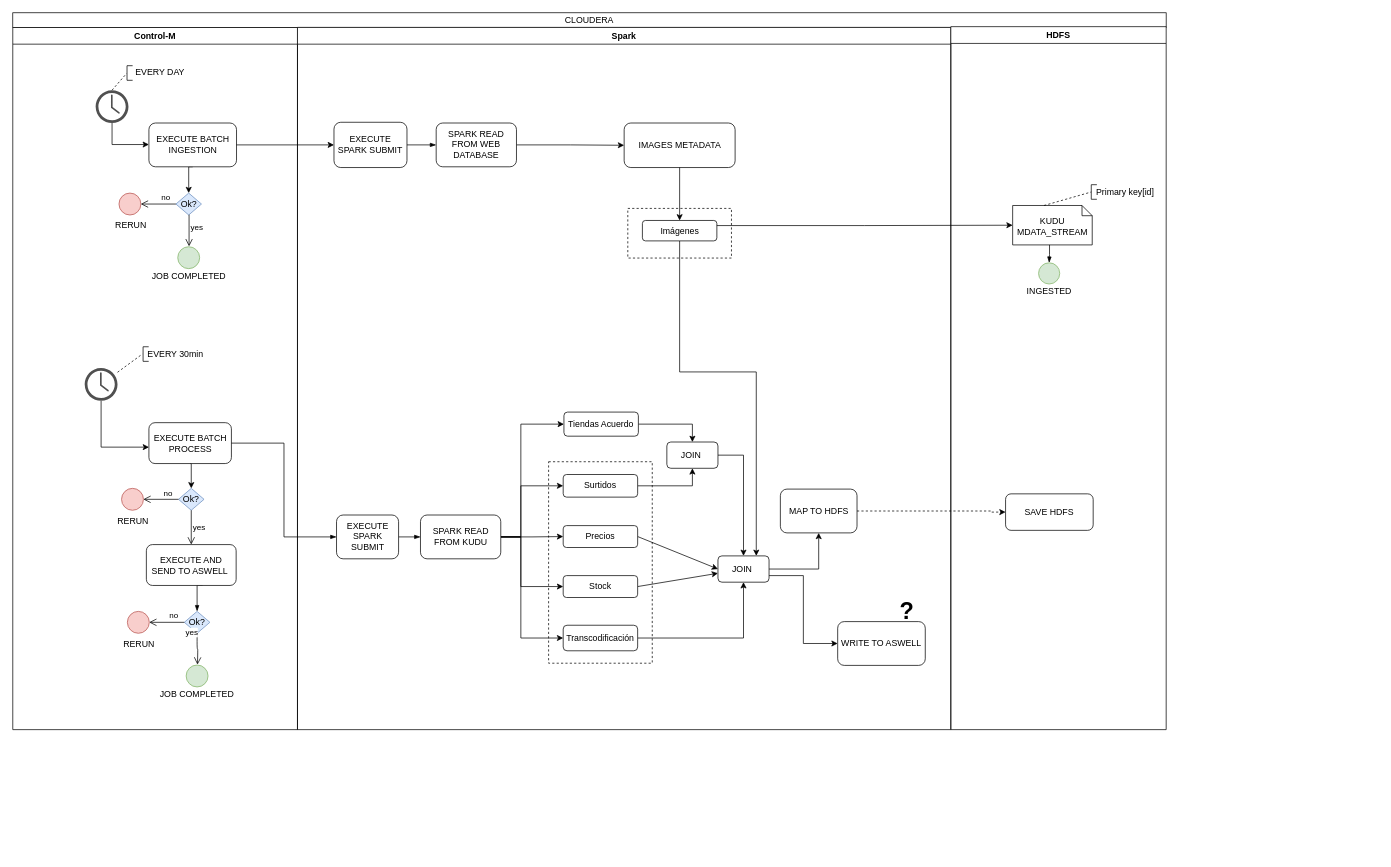
Earlier version of the draw.io diagram Cap Diagram.drawio (StefanoMazzukaCapgemini/Cap_Diagram). Source tidied: cells renumbered, new cells numbered last; positions are measured from the earlier drawing's top-left corner, leaving out a move shared by most shapes. Both pictures are drawn from the tidied source at 73%, with x=0, y=0 at pixel (12, 12).
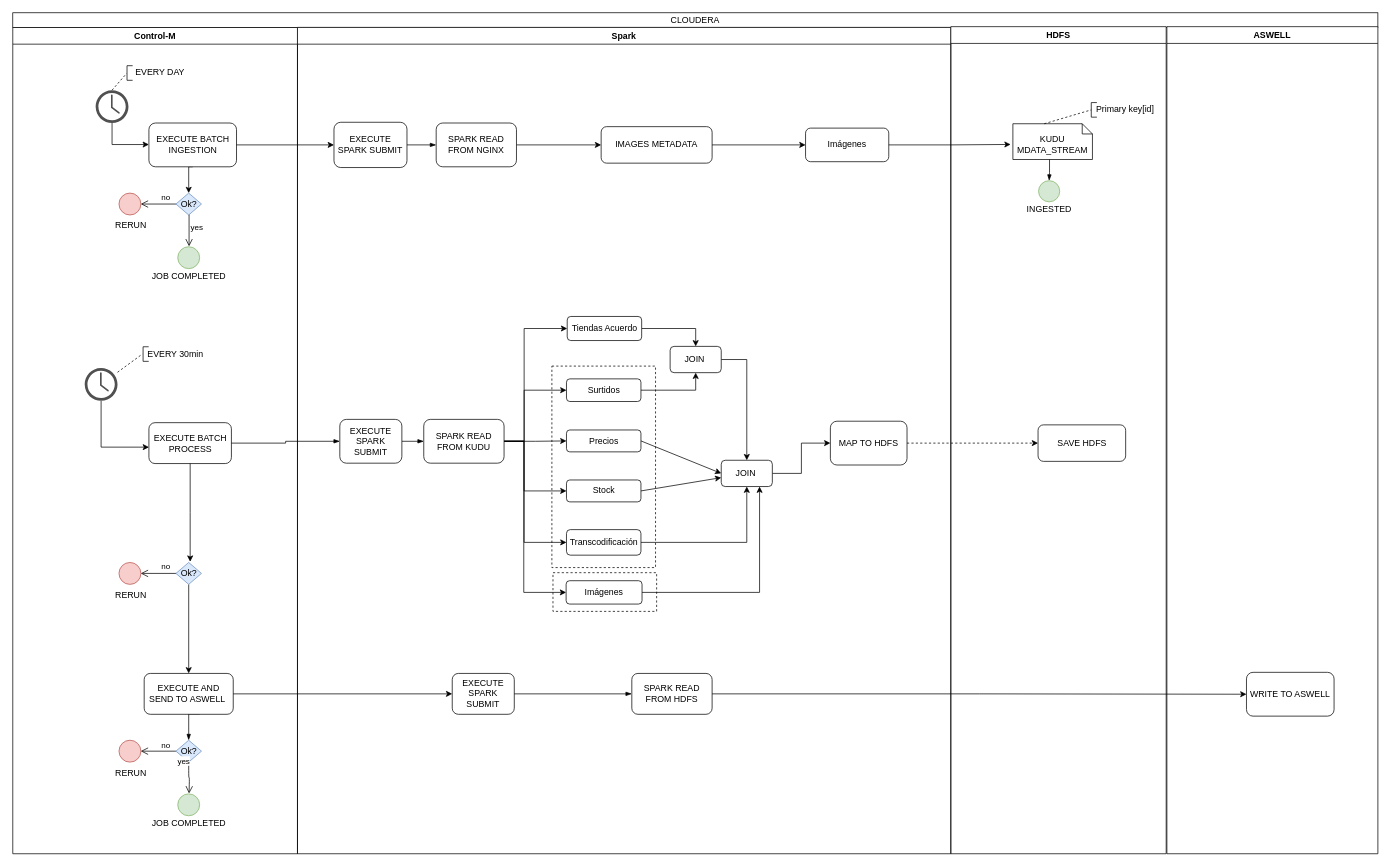
Above is the later version.

Commit message:
Maybe final Diagram Update 12:30 09.10

The change refers to these unchanged cells:
```xml
<mxCell id="10" value="EXECUTE BATCH PROCESS" style="rounded=1;whiteSpace=wrap;html=1;" parent="2" vertex="1">
  <mxGeometry x="186.5" y="541.5" width="113" height="56" as="geometry" />
</mxCell>
```

Change to the diagram source:
```diff
@@
     <mxCell id="2" value="Control-M" style="swimlane;whiteSpace=wrap;startSize=23;" parent="1" vertex="1">
-      <mxGeometry y="20" width="390" height="962" as="geometry" />
+      <mxGeometry y="20" width="390" height="1132" as="geometry" />
     </mxCell>
@@
     <mxCell id="8" style="edgeStyle=orthogonalEdgeStyle;rounded=0;jettySize=auto;html=1;exitX=0.5;exitY=1;exitDx=0;exitDy=0;entryX=0.5;entryY=0;entryDx=0;entryDy=0;endArrow=blockThin;endFill=1;" parent="2" edge="1" target="13">
       <mxGeometry relative="1" as="geometry">
-        <mxPoint x="260" y="764" as="sourcePoint" />
+        <mxPoint x="256" y="940.5" as="sourcePoint" />
       </mxGeometry>
     </mxCell>
-    <mxCell id="9" style="edgeStyle=orthogonalEdgeStyle;rounded=0;jettySize=auto;html=1;exitX=0.5;exitY=1;exitDx=0;exitDy=0;entryX=0.5;entryY=0;entryDx=0;entryDy=0;" parent="2" edge="1" source="10" target="19">
-      <mxGeometry relative="1" as="geometry" />
-    </mxCell>
@@
     <mxCell id="11" style="ellipse;whiteSpace=wrap;html=1;fillColor=#f8cecc;strokeColor=#b85450;" parent="2" vertex="1">
-      <mxGeometry x="157" y="800" width="30" height="30" as="geometry" />
+      <mxGeometry x="145.5" y="976.5" width="30" height="30" as="geometry" />
     </mxCell>
     <mxCell id="12" value="RERUN" style="text;html=1;strokeColor=none;fillColor=none;align=center;verticalAlign=middle;whiteSpace=wrap;rounded=0;" parent="2" vertex="1">
-      <mxGeometry x="153" y="835" width="40" height="20" as="geometry" />
+      <mxGeometry x="141.5" y="1011.5" width="40" height="20" as="geometry" />
     </mxCell>
     <mxCell id="13" value="Ok?" style="rhombus;whiteSpace=wrap;html=1;fillColor=#dae8fc;strokeColor=#6c8ebf;" parent="2" vertex="1">
-      <mxGeometry x="235" y="800" width="35" height="30" as="geometry" />
+      <mxGeometry x="223.5" y="976.5" width="35" height="30" as="geometry" />
     </mxCell>
     <mxCell id="14" value="no" style="edgeStyle=orthogonalEdgeStyle;html=1;align=left;verticalAlign=bottom;endArrow=open;endSize=8;entryX=1;entryY=0.5;entryDx=0;entryDy=0;" parent="2" edge="1">
       <mxGeometry x="-0.09" relative="1" as="geometry">
-        <mxPoint x="235" y="815" as="sourcePoint" />
-        <mxPoint x="186.8" y="815" as="targetPoint" />
+        <mxPoint x="223.5" y="991.5" as="sourcePoint" />
+        <mxPoint x="175.3" y="991.5" as="targetPoint" />
       </mxGeometry>
     </mxCell>
     <mxCell id="15" value="yes" style="edgeStyle=orthogonalEdgeStyle;html=1;align=left;verticalAlign=top;endArrow=open;endSize=8;entryX=0.5;entryY=0;entryDx=0;entryDy=0;" parent="2" edge="1" source="13">
       <mxGeometry x="0.01" y="18" relative="1" as="geometry">
-        <mxPoint x="253" y="873" as="targetPoint" />
+        <mxPoint x="241.5" y="1049.5" as="targetPoint" />
         <mxPoint x="-18" y="-18" as="offset" />
       </mxGeometry>
     </mxCell>
     <mxCell id="16" value="EXECUTE AND SEND TO ASWELL&amp;nbsp;" style="rounded=1;whiteSpace=wrap;html=1;" parent="2" vertex="1">
-      <mxGeometry x="183" y="708.5" width="123" height="56" as="geometry" />
+      <mxGeometry x="180" y="885" width="122" height="56" as="geometry" />
     </mxCell>
     <mxCell id="17" style="ellipse;whiteSpace=wrap;html=1;fillColor=#f8cecc;strokeColor=#b85450;" parent="2" vertex="1">
-      <mxGeometry x="149" y="631.5" width="30" height="30" as="geometry" />
+      <mxGeometry x="145.5" y="733" width="30" height="30" as="geometry" />
     </mxCell>
     <mxCell id="18" value="RERUN" style="text;html=1;strokeColor=none;fillColor=none;align=center;verticalAlign=middle;whiteSpace=wrap;rounded=0;" parent="2" vertex="1">
-      <mxGeometry x="145" y="666.5" width="40" height="20" as="geometry" />
+      <mxGeometry x="141.5" y="768" width="40" height="20" as="geometry" />
     </mxCell>
+    <mxCell id="21" style="edgeStyle=orthogonalEdgeStyle;rounded=0;jettySize=auto;html=1;endArrow=classic;endFill=1;" parent="2" edge="1" source="19" target="16">
+      <mxGeometry relative="1" as="geometry" />
+    </mxCell>
     <mxCell id="19" value="Ok?" style="rhombus;whiteSpace=wrap;html=1;fillColor=#dae8fc;strokeColor=#6c8ebf;" parent="2" vertex="1">
-      <mxGeometry x="227" y="631.5" width="35" height="30" as="geometry" />
+      <mxGeometry x="223.5" y="733" width="35" height="30" as="geometry" />
     </mxCell>
     <mxCell id="20" value="no" style="edgeStyle=orthogonalEdgeStyle;html=1;align=left;verticalAlign=bottom;endArrow=open;endSize=8;entryX=1;entryY=0.5;entryDx=0;entryDy=0;" parent="2" edge="1">
       <mxGeometry x="-0.09" relative="1" as="geometry">
-        <mxPoint x="227" y="646.5" as="sourcePoint" />
-        <mxPoint x="178.8" y="646.5" as="targetPoint" />
+        <mxPoint x="223.5" y="748" as="sourcePoint" />
+        <mxPoint x="175.3" y="748" as="targetPoint" />
       </mxGeometry>
     </mxCell>
-    <mxCell id="21" value="yes" style="edgeStyle=orthogonalEdgeStyle;html=1;align=left;verticalAlign=top;endArrow=open;endSize=8;entryX=0.5;entryY=0;entryDx=0;entryDy=0;" parent="2" edge="1" source="19" target="16">
-      <mxGeometry y="-14" relative="1" as="geometry">
-        <mxPoint x="14" y="-14" as="offset" />
-      </mxGeometry>
-    </mxCell>
     <mxCell id="22" style="ellipse;whiteSpace=wrap;html=1;fillColor=#d5e8d4;strokeColor=#82b366;" parent="2" vertex="1">
-      <mxGeometry x="237.5" y="873.5" width="30" height="30" as="geometry" />
+      <mxGeometry x="226" y="1050" width="30" height="30" as="geometry" />
     </mxCell>
     <mxCell id="23" value="JOB COMPLETED" style="text;html=1;strokeColor=none;fillColor=none;align=center;verticalAlign=middle;whiteSpace=wrap;rounded=0;" parent="2" vertex="1">
-      <mxGeometry x="199" y="903.5" width="107" height="20" as="geometry" />
+      <mxGeometry x="187.5" y="1080" width="107" height="20" as="geometry" />
     </mxCell>
@@
     <mxCell id="34" value="CLOUDERA" style="rounded=0;whiteSpace=wrap;html=1;" parent="1" vertex="1">
-      <mxGeometry width="1580" height="20" as="geometry" />
+      <mxGeometry width="1870" height="20" as="geometry" />
     </mxCell>
     <mxCell id="35" value="Spark" style="swimlane;whiteSpace=wrap;startSize=23;" parent="1" vertex="1">
-      <mxGeometry x="390" y="20" width="895" height="962" as="geometry" />
+      <mxGeometry x="390" y="20" width="895" height="1132" as="geometry" />
     </mxCell>
-    <mxCell id="36" style="rounded=0;whiteSpace=wrap;html=1;dashed=1;" parent="35" vertex="1">
-      <mxGeometry x="452.5" y="248" width="142" height="68" as="geometry" />
-    </mxCell>
+    <mxCell id="90" style="rounded=0;whiteSpace=wrap;html=1;dashed=1;" parent="35" vertex="1">
+      <mxGeometry x="350" y="747" width="142" height="53" as="geometry" />
+    </mxCell>
     <mxCell id="37" style="rounded=0;whiteSpace=wrap;html=1;dashed=1;" parent="35" vertex="1">
-      <mxGeometry x="344" y="595" width="142" height="276" as="geometry" />
+      <mxGeometry x="348.5" y="464" width="142" height="276" as="geometry" />
     </mxCell>
@@
     <mxCell id="39" value="EXECUTE SPARK SUBMIT" style="rounded=1;whiteSpace=wrap;html=1;" parent="35" vertex="1">
-      <mxGeometry x="53.5" y="668" width="85" height="60" as="geometry" />
+      <mxGeometry x="58" y="537" width="85" height="60" as="geometry" />
     </mxCell>
     <mxCell id="40" style="edgeStyle=orthogonalEdgeStyle;rounded=0;jettySize=auto;html=1;exitX=1;exitY=0.5;exitDx=0;exitDy=0;entryX=0;entryY=0.5;entryDx=0;entryDy=0;" parent="35" edge="1" source="45" target="54">
       <mxGeometry relative="1" as="geometry">
         <Array as="points">
-          <mxPoint x="306" y="698" />
-          <mxPoint x="306" y="837" />
+          <mxPoint x="310.5" y="567" />
+          <mxPoint x="310.5" y="706" />
         </Array>
       </mxGeometry>
     </mxCell>
     <mxCell id="41" style="edgeStyle=orthogonalEdgeStyle;rounded=0;jettySize=auto;html=1;exitX=1;exitY=0.5;exitDx=0;exitDy=0;entryX=0;entryY=0.5;entryDx=0;entryDy=0;" parent="35" edge="1" source="45" target="47">
       <mxGeometry relative="1" as="geometry">
         <Array as="points">
-          <mxPoint x="306" y="698" />
-          <mxPoint x="306" y="766" />
+          <mxPoint x="310.5" y="567" />
+          <mxPoint x="310.5" y="635" />
         </Array>
       </mxGeometry>
     </mxCell>
     <mxCell id="42" style="edgeStyle=orthogonalEdgeStyle;rounded=0;jettySize=auto;html=1;exitX=1;exitY=0.5;exitDx=0;exitDy=0;entryX=0;entryY=0.5;entryDx=0;entryDy=0;" parent="35" edge="1" source="45" target="52">
       <mxGeometry relative="1" as="geometry">
         <Array as="points">
-          <mxPoint x="306" y="698" />
-          <mxPoint x="306" y="628" />
+          <mxPoint x="310.5" y="567" />
+          <mxPoint x="310.5" y="497" />
         </Array>
       </mxGeometry>
     </mxCell>
     <mxCell id="43" style="edgeStyle=orthogonalEdgeStyle;rounded=0;jettySize=auto;html=1;exitX=1;exitY=0.5;exitDx=0;exitDy=0;entryX=0;entryY=0.5;entryDx=0;entryDy=0;" parent="35" edge="1" source="45" target="56">
       <mxGeometry relative="1" as="geometry">
         <Array as="points">
-          <mxPoint x="306" y="698" />
-          <mxPoint x="306" y="544" />
+          <mxPoint x="310.5" y="567" />
+          <mxPoint x="310.5" y="413" />
         </Array>
       </mxGeometry>
     </mxCell>
@@
+    <mxCell id="91" style="edgeStyle=orthogonalEdgeStyle;rounded=0;jettySize=auto;html=1;exitX=1;exitY=0.5;exitDx=0;exitDy=0;entryX=0;entryY=0.5;entryDx=0;entryDy=0;endArrow=classic;endFill=1;" parent="35" edge="1" source="45" target="93">
+      <mxGeometry relative="1" as="geometry">
+        <Array as="points">
+          <mxPoint x="310" y="567" />
+          <mxPoint x="310" y="774" />
+        </Array>
+      </mxGeometry>
+    </mxCell>
     <mxCell id="45" value="SPARK READ FROM KUDU" style="rounded=1;whiteSpace=wrap;html=1;" parent="35" vertex="1">
-      <mxGeometry x="168.5" y="668" width="110" height="60" as="geometry" />
+      <mxGeometry x="173" y="537" width="110" height="60" as="geometry" />
     </mxCell>
@@
     <mxCell id="47" value="Stock" style="rounded=1;whiteSpace=wrap;html=1;" parent="35" vertex="1">
-      <mxGeometry x="364" y="751" width="102" height="30" as="geometry" />
+      <mxGeometry x="368.5" y="620" width="102" height="30" as="geometry" />
     </mxCell>
     <mxCell id="48" style="edgeStyle=orthogonalEdgeStyle;rounded=0;orthogonalLoop=1;jettySize=auto;html=1;exitX=1;exitY=0.5;exitDx=0;exitDy=0;entryX=0;entryY=0.5;entryDx=0;entryDy=0;endArrow=blockThin;endFill=1;strokeColor=none;" parent="35" edge="1">
       <mxGeometry relative="1" as="geometry">
-        <mxPoint x="637" y="715" as="sourcePoint" />
-        <mxPoint x="662.9" y="715" as="targetPoint" />
+        <mxPoint x="641.5" y="584" as="sourcePoint" />
+        <mxPoint x="667.4" y="584" as="targetPoint" />
       </mxGeometry>
     </mxCell>
@@
     <mxCell id="50" value="Precios" style="rounded=1;whiteSpace=wrap;html=1;" parent="35" vertex="1">
-      <mxGeometry x="364" y="682.5" width="102" height="30" as="geometry" />
+      <mxGeometry x="368.5" y="551.5" width="102" height="30" as="geometry" />
     </mxCell>
@@
     <mxCell id="52" value="Surtidos" style="rounded=1;whiteSpace=wrap;html=1;" parent="35" vertex="1">
-      <mxGeometry x="364" y="612.5" width="102" height="31" as="geometry" />
+      <mxGeometry x="368.5" y="481.5" width="102" height="31" as="geometry" />
     </mxCell>
@@
     <mxCell id="54" value="Transcodificación" style="rounded=1;whiteSpace=wrap;html=1;" parent="35" vertex="1">
-      <mxGeometry x="364" y="819" width="102" height="35" as="geometry" />
+      <mxGeometry x="368.5" y="688" width="102" height="35" as="geometry" />
     </mxCell>
@@
     <mxCell id="56" value="Tiendas Acuerdo" style="rounded=1;whiteSpace=wrap;html=1;" parent="35" vertex="1">
-      <mxGeometry x="365" y="527" width="102" height="33" as="geometry" />
+      <mxGeometry x="369.5" y="396" width="102" height="33" as="geometry" />
     </mxCell>
@@
     <mxCell id="58" value="JOIN&amp;nbsp;" style="rounded=1;whiteSpace=wrap;html=1;" parent="35" vertex="1">
-      <mxGeometry x="506" y="568" width="70" height="36" as="geometry" />
+      <mxGeometry x="510.5" y="437" width="70" height="36" as="geometry" />
     </mxCell>
-    <mxCell id="59" style="edgeStyle=orthogonalEdgeStyle;rounded=0;jettySize=auto;html=1;exitX=1;exitY=0.5;exitDx=0;exitDy=0;entryX=0.5;entryY=1;entryDx=0;entryDy=0;endArrow=classic;endFill=1;" parent="35" edge="1" source="61" target="62">
+    <mxCell id="59" style="edgeStyle=orthogonalEdgeStyle;rounded=0;jettySize=auto;html=1;endArrow=classic;endFill=1;" parent="35" edge="1" source="61" target="62">
       <mxGeometry relative="1" as="geometry" />
     </mxCell>
-    <mxCell id="60" style="edgeStyle=orthogonalEdgeStyle;rounded=0;jettySize=auto;html=1;exitX=1;exitY=0.75;exitDx=0;exitDy=0;entryX=0;entryY=0.5;entryDx=0;entryDy=0;endArrow=classic;endFill=1;" parent="35" edge="1" source="61" target="71">
-      <mxGeometry relative="1" as="geometry" />
-    </mxCell>
     <mxCell id="61" value="JOIN&amp;nbsp;" style="rounded=1;whiteSpace=wrap;html=1;" parent="35" vertex="1">
-      <mxGeometry x="576" y="724" width="70" height="36" as="geometry" />
+      <mxGeometry x="580.5" y="593" width="70" height="36" as="geometry" />
     </mxCell>
     <mxCell id="62" value="MAP TO HDFS" style="rounded=1;whiteSpace=wrap;html=1;" parent="35" vertex="1">
-      <mxGeometry x="661.5" y="632.5" width="105" height="60" as="geometry" />
+      <mxGeometry x="730" y="539.5" width="105" height="60" as="geometry" />
     </mxCell>
-    <mxCell id="63" style="edgeStyle=orthogonalEdgeStyle;rounded=0;jettySize=auto;html=1;exitX=0.5;exitY=1;exitDx=0;exitDy=0;entryX=0.75;entryY=0;entryDx=0;entryDy=0;endArrow=classic;endFill=1;" parent="35" edge="1" source="64" target="61">
-      <mxGeometry relative="1" as="geometry">
-        <Array as="points">
-          <mxPoint x="524" y="472" />
-          <mxPoint x="629" y="472" />
-        </Array>
-      </mxGeometry>
-    </mxCell>
     <mxCell id="64" value="Imágenes" style="rounded=1;whiteSpace=wrap;html=1;" parent="35" vertex="1">
-      <mxGeometry x="472.5" y="264.5" width="102" height="28" as="geometry" />
+      <mxGeometry x="696" y="138" width="114" height="46" as="geometry" />
     </mxCell>
     <mxCell id="65" value="IMAGES METADATA" style="rounded=1;whiteSpace=wrap;html=1;" parent="35" vertex="1">
-      <mxGeometry x="447.5" y="131" width="152" height="61" as="geometry" />
+      <mxGeometry x="416" y="136" width="152" height="50" as="geometry" />
     </mxCell>
@@
-    <mxCell id="69" value="SPARK READ FROM WEB DATABASE" style="rounded=1;whiteSpace=wrap;html=1;" parent="35" vertex="1">
+    <mxCell id="69" value="SPARK READ FROM NGINX" style="rounded=1;whiteSpace=wrap;html=1;" parent="35" vertex="1">
       <mxGeometry x="190" y="131" width="110" height="60" as="geometry" />
     </mxCell>
@@
-    <mxCell id="71" value="WRITE TO ASWELL" style="rounded=1;whiteSpace=wrap;html=1;" parent="35" vertex="1">
-      <mxGeometry x="740" y="814" width="120" height="60" as="geometry" />
-    </mxCell>
-    <mxCell id="72" value="&lt;font size=&quot;1&quot;&gt;&lt;b style=&quot;font-size: 32px&quot;&gt;?&lt;/b&gt;&lt;/font&gt;" style="text;html=1;strokeColor=none;fillColor=none;align=center;verticalAlign=middle;whiteSpace=wrap;rounded=0;" parent="35" vertex="1">
-      <mxGeometry x="800" y="775.5" width="70" height="49" as="geometry" />
-    </mxCell>
+    <mxCell id="92" style="edgeStyle=orthogonalEdgeStyle;rounded=0;jettySize=auto;html=1;exitX=1;exitY=0.5;exitDx=0;exitDy=0;entryX=0.75;entryY=1;entryDx=0;entryDy=0;endArrow=classic;endFill=1;" parent="35" edge="1" source="93" target="61">
+      <mxGeometry relative="1" as="geometry" />
+    </mxCell>
+    <mxCell id="93" value="Imágenes" style="rounded=1;whiteSpace=wrap;html=1;" parent="35" vertex="1">
+      <mxGeometry x="368" y="758" width="104" height="32" as="geometry" />
+    </mxCell>
+    <mxCell id="94" value="EXECUTE SPARK SUBMIT" style="rounded=1;whiteSpace=wrap;html=1;" parent="35" vertex="1">
+      <mxGeometry x="212" y="885" width="85" height="56" as="geometry" />
+    </mxCell>
+    <mxCell id="95" value="SPARK READ FROM HDFS" style="rounded=1;whiteSpace=wrap;html=1;" parent="35" vertex="1">
+      <mxGeometry x="458" y="885" width="110" height="56" as="geometry" />
+    </mxCell>
+    <mxCell id="96" style="edgeStyle=orthogonalEdgeStyle;rounded=0;jettySize=auto;html=1;exitX=1;exitY=0.5;exitDx=0;exitDy=0;entryX=0;entryY=0.5;entryDx=0;entryDy=0;endArrow=blockThin;endFill=1;" parent="35" edge="1" source="94" target="95">
+      <mxGeometry relative="1" as="geometry" />
+    </mxCell>
     <mxCell id="73" value="HDFS" style="swimlane;whiteSpace=wrap;" parent="1" vertex="1">
-      <mxGeometry x="1285" y="19" width="295" height="963" as="geometry" />
+      <mxGeometry x="1285" y="19" width="295" height="1133" as="geometry" />
     </mxCell>
     <mxCell id="74" value="SAVE HDFS" style="rounded=1;whiteSpace=wrap;html=1;" parent="73" vertex="1">
-      <mxGeometry x="75" y="640" width="120" height="50" as="geometry" />
+      <mxGeometry x="119.5" y="545.5" width="120" height="50" as="geometry" />
     </mxCell>
     <mxCell id="75" value="&lt;br&gt;KUDU&lt;br&gt;MDATA_STREAM" style="shape=note;whiteSpace=wrap;html=1;size=14;verticalAlign=top;align=center;spacingTop=-6;" parent="73" vertex="1">
-      <mxGeometry x="84.7" y="245" width="109" height="54" as="geometry" />
+      <mxGeometry x="85" y="133" width="109" height="49" as="geometry" />
     </mxCell>
     <mxCell id="76" style="ellipse;whiteSpace=wrap;html=1;fillColor=#d5e8d4;strokeColor=#82b366;" parent="73" vertex="1">
-      <mxGeometry x="120.2" y="323.5" width="29" height="29" as="geometry" />
+      <mxGeometry x="120.2" y="211" width="29" height="29" as="geometry" />
     </mxCell>
     <mxCell id="77" style="edgeStyle=orthogonalEdgeStyle;rounded=0;jettySize=auto;html=1;endArrow=blockThin;endFill=1;entryX=0.5;entryY=0;entryDx=0;entryDy=0;" parent="73" edge="1" source="75" target="76">
       <mxGeometry relative="1" as="geometry">
         <Array as="points">
-          <mxPoint x="135.2" y="312" />
-          <mxPoint x="135.2" y="312" />
+          <mxPoint x="135.2" y="199.5" />
+          <mxPoint x="135.2" y="199.5" />
         </Array>
       </mxGeometry>
     </mxCell>
     <mxCell id="78" value="INGESTED" style="text;html=1;strokeColor=none;fillColor=none;align=center;verticalAlign=middle;whiteSpace=wrap;rounded=0;" parent="73" vertex="1">
-      <mxGeometry x="114.7" y="352.5" width="40" height="20" as="geometry" />
+      <mxGeometry x="114.7" y="240" width="40" height="20" as="geometry" />
     </mxCell>
     <mxCell id="79" style="shape=partialRectangle;whiteSpace=wrap;html=1;bottom=1;right=1;left=1;top=0;fillColor=none;routingCenterX=-0.5;rotation=90;" parent="73" vertex="1">
-      <mxGeometry x="185.9" y="223" width="20" height="7" as="geometry" />
+      <mxGeometry x="185.9" y="110.5" width="20" height="7" as="geometry" />
     </mxCell>
@@
     <mxCell id="81" value="Primary key[id]" style="text;html=1;strokeColor=none;fillColor=none;align=center;verticalAlign=middle;whiteSpace=wrap;rounded=0;" parent="73" vertex="1">
-      <mxGeometry x="193.7" y="218.5" width="90" height="16" as="geometry" />
+      <mxGeometry x="193.7" y="106" width="90" height="16" as="geometry" />
     </mxCell>
@@
-    <mxCell id="83" style="edgeStyle=orthogonalEdgeStyle;rounded=0;jettySize=auto;html=1;exitX=1;exitY=0.5;exitDx=0;exitDy=0;entryX=0;entryY=0.5;entryDx=0;entryDy=0;dashed=1;" parent="1" edge="1" source="62" target="74">
-      <mxGeometry relative="1" as="geometry">
-        <Array as="points">
-          <mxPoint x="1341" y="683" />
-        </Array>
-      </mxGeometry>
-    </mxCell>
@@
-    <mxCell id="89" style="edgeStyle=orthogonalEdgeStyle;rounded=0;jettySize=auto;html=1;exitX=1;exitY=0.25;exitDx=0;exitDy=0;entryX=0;entryY=0.5;entryDx=0;entryDy=0;entryPerimeter=0;" parent="1" edge="1" source="64" target="75">
+    <mxCell id="89" style="edgeStyle=orthogonalEdgeStyle;rounded=0;jettySize=auto;html=1;exitX=1;exitY=0.5;exitDx=0;exitDy=0;entryX=-0.028;entryY=0.579;entryDx=0;entryDy=0;entryPerimeter=0;endArrow=classic;endFill=1;" parent="1" edge="1" source="64" target="75">
       <mxGeometry relative="1" as="geometry" />
     </mxCell>
+    <mxCell id="83" style="edgeStyle=orthogonalEdgeStyle;rounded=0;jettySize=auto;html=1;entryX=0;entryY=0.5;entryDx=0;entryDy=0;endArrow=classic;endFill=1;dashed=1;" parent="1" edge="1" source="62" target="74">
+      <mxGeometry relative="1" as="geometry" />
+    </mxCell>
+    <mxCell id="97" style="edgeStyle=orthogonalEdgeStyle;rounded=0;jettySize=auto;html=1;exitX=1;exitY=0.5;exitDx=0;exitDy=0;entryX=0;entryY=0.5;entryDx=0;entryDy=0;endArrow=classic;endFill=1;" parent="1" edge="1" source="16" target="94">
+      <mxGeometry relative="1" as="geometry" />
+    </mxCell>
+    <mxCell id="98" value="ASWELL" style="swimlane;whiteSpace=wrap;" parent="1" vertex="1">
+      <mxGeometry x="1581" y="19" width="289" height="1133" as="geometry" />
+    </mxCell>
+    <mxCell id="71" value="WRITE TO ASWELL" style="rounded=1;whiteSpace=wrap;html=1;" parent="98" vertex="1">
+      <mxGeometry x="109" y="884.5" width="120" height="60" as="geometry" />
+    </mxCell>
+    <mxCell id="99" style="edgeStyle=orthogonalEdgeStyle;rounded=0;jettySize=auto;html=1;exitX=1;exitY=0.5;exitDx=0;exitDy=0;endArrow=classic;endFill=1;" parent="1" edge="1" source="95" target="71">
+      <mxGeometry relative="1" as="geometry" />
+    </mxCell>
+    <mxCell id="100" style="edgeStyle=orthogonalEdgeStyle;rounded=0;jettySize=auto;html=1;endArrow=classic;endFill=1;" parent="1" edge="1" source="10">
+      <mxGeometry relative="1" as="geometry">
+        <mxPoint x="243" y="752" as="targetPoint" />
+      </mxGeometry>
+    </mxCell>
```
